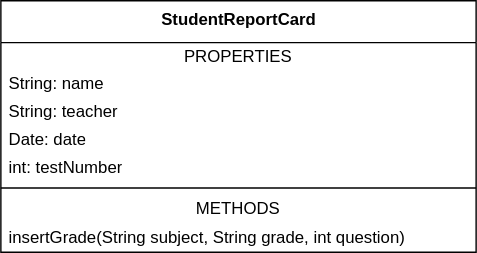
Earlier version of the draw.io export draw.io/lower15_student_report.drawio.svg (erikacamilleri/secib-java-course). Source tidied: cells renumbered, new cells last; positions are measured from the earlier drawing's top-left corner, leaving out a move shared by most shapes.
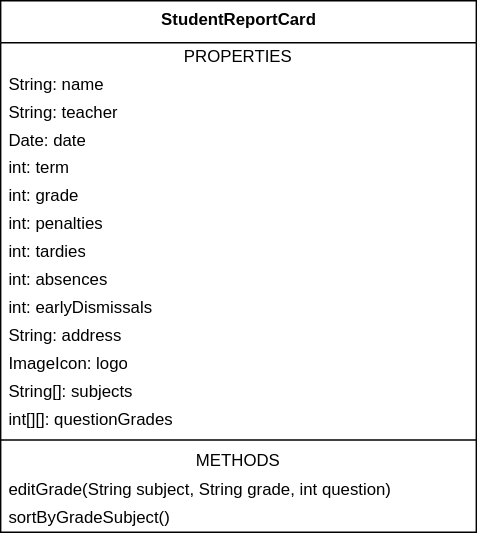
The same file after the commit.

Commit message:
Updated StudentReportCard UML diagram

Diff of the diagram source:
```diff
@@ -3,7 +3,7 @@
     <mxCell id="0" />
     <mxCell id="1" parent="0" />
     <mxCell id="2" value="&lt;b&gt;StudentReportCard&amp;nbsp;&lt;br&gt;&lt;/b&gt;" style="swimlane;fontStyle=0;align=center;verticalAlign=top;horizontal=1;startSize=30;html=1;" parent="1" vertex="1">
-      <mxGeometry width="340" height="180" as="geometry" />
+      <mxGeometry width="340" height="380" as="geometry" />
     </mxCell>
     <mxCell id="3" value="PROPERTIES" style="text;html=1;strokeColor=none;fillColor=none;align=center;verticalAlign=middle;spacingLeft=4;spacingRight=4;overflow=hidden;" parent="2" vertex="1">
       <mxGeometry y="30" width="340" height="20" as="geometry" />
@@ -14,20 +14,50 @@
     <mxCell id="5" value="String: teacher" style="text;html=1;strokeColor=none;fillColor=none;align=left;verticalAlign=middle;spacingLeft=4;spacingRight=4;overflow=hidden;" parent="2" vertex="1">
       <mxGeometry y="70" width="340" height="20" as="geometry" />
     </mxCell>
+    <mxCell id="11" value="Date: date" style="text;html=1;strokeColor=none;fillColor=none;align=left;verticalAlign=middle;spacingLeft=4;spacingRight=4;overflow=hidden;" parent="2" vertex="1">
+      <mxGeometry y="90" width="340" height="20" as="geometry" />
+    </mxCell>
+    <mxCell id="12" value="int: term" style="text;html=1;strokeColor=none;fillColor=none;align=left;verticalAlign=middle;spacingLeft=4;spacingRight=4;overflow=hidden;" parent="2" vertex="1">
+      <mxGeometry y="110" width="340" height="20" as="geometry" />
+    </mxCell>
+    <mxCell id="13" value="int: grade" style="text;html=1;strokeColor=none;fillColor=none;align=left;verticalAlign=middle;spacingLeft=4;spacingRight=4;overflow=hidden;" parent="2" vertex="1">
+      <mxGeometry y="130" width="340" height="20" as="geometry" />
+    </mxCell>
+    <mxCell id="14" value="int: penalties" style="text;html=1;strokeColor=none;fillColor=none;align=left;verticalAlign=middle;spacingLeft=4;spacingRight=4;overflow=hidden;" parent="2" vertex="1">
+      <mxGeometry y="150" width="340" height="20" as="geometry" />
+    </mxCell>
+    <mxCell id="15" value="int: tardies" style="text;html=1;strokeColor=none;fillColor=none;align=left;verticalAlign=middle;spacingLeft=4;spacingRight=4;overflow=hidden;" parent="2" vertex="1">
+      <mxGeometry y="170" width="340" height="20" as="geometry" />
+    </mxCell>
+    <mxCell id="16" value="int: absences" style="text;html=1;strokeColor=none;fillColor=none;align=left;verticalAlign=middle;spacingLeft=4;spacingRight=4;overflow=hidden;" parent="2" vertex="1">
+      <mxGeometry y="190" width="340" height="20" as="geometry" />
+    </mxCell>
+    <mxCell id="17" value="int: earlyDismissals" style="text;html=1;strokeColor=none;fillColor=none;align=left;verticalAlign=middle;spacingLeft=4;spacingRight=4;overflow=hidden;" parent="2" vertex="1">
+      <mxGeometry y="210" width="340" height="20" as="geometry" />
+    </mxCell>
+    <mxCell id="18" value="String: address" style="text;html=1;strokeColor=none;fillColor=none;align=left;verticalAlign=middle;spacingLeft=4;spacingRight=4;overflow=hidden;" parent="2" vertex="1">
+      <mxGeometry y="230" width="340" height="20" as="geometry" />
+    </mxCell>
+    <mxCell id="19" value="ImageIcon: logo" style="text;html=1;strokeColor=none;fillColor=none;align=left;verticalAlign=middle;spacingLeft=4;spacingRight=4;overflow=hidden;" parent="2" vertex="1">
+      <mxGeometry y="250" width="340" height="20" as="geometry" />
+    </mxCell>
+    <mxCell id="20" value="String[]: subjects" style="text;html=1;strokeColor=none;fillColor=none;align=left;verticalAlign=middle;spacingLeft=4;spacingRight=4;overflow=hidden;" parent="2" vertex="1">
+      <mxGeometry y="270" width="340" height="20" as="geometry" />
+    </mxCell>
-    <mxCell id="6" value="Date: date" style="text;html=1;strokeColor=none;fillColor=none;align=left;verticalAlign=middle;spacingLeft=4;spacingRight=4;overflow=hidden;" parent="2" vertex="1">
-      <mxGeometry y="90" width="340" height="20" as="geometry" />
+    <mxCell id="6" value="int[][]: questionGrades" style="text;html=1;strokeColor=none;fillColor=none;align=left;verticalAlign=middle;spacingLeft=4;spacingRight=4;overflow=hidden;" parent="2" vertex="1">
+      <mxGeometry y="290" width="340" height="20" as="geometry" />
     </mxCell>
-    <mxCell id="7" value="int: testNumber" style="text;html=1;strokeColor=none;fillColor=none;align=left;verticalAlign=middle;spacingLeft=4;spacingRight=4;overflow=hidden;" parent="2" vertex="1">
-      <mxGeometry y="110" width="340" height="20" as="geometry" />
-    </mxCell>
     <mxCell id="8" style="line;strokeWidth=1;fillColor=none;align=left;verticalAlign=middle;spacingTop=-1;spacingLeft=3;spacingRight=3;labelPosition=right;" parent="2" vertex="1">
-      <mxGeometry y="130" width="340" height="8" as="geometry" />
+      <mxGeometry y="310" width="340" height="8" as="geometry" />
     </mxCell>
     <mxCell id="9" value="METHODS" style="text;html=1;strokeColor=none;fillColor=none;align=center;verticalAlign=middle;spacingLeft=4;spacingRight=4;overflow=hidden;" parent="2" vertex="1">
-      <mxGeometry y="138" width="340" height="22" as="geometry" />
+      <mxGeometry y="318" width="340" height="22" as="geometry" />
     </mxCell>
+    <mxCell id="21" value="editGrade(String subject, String grade, int question)" style="text;html=1;strokeColor=none;fillColor=none;align=left;verticalAlign=middle;spacingLeft=4;spacingRight=4;overflow=hidden;" parent="2" vertex="1">
+      <mxGeometry y="340" width="340" height="20" as="geometry" />
+    </mxCell>
-    <mxCell id="10" value="insertGrade(String subject, String grade, int question)&lt;br&gt;" style="text;html=1;strokeColor=none;fillColor=none;align=left;verticalAlign=middle;spacingLeft=4;spacingRight=4;overflow=hidden;" parent="2" vertex="1">
-      <mxGeometry y="160" width="340" height="20" as="geometry" />
+    <mxCell id="10" value="sortByGradeSubject()" style="text;html=1;strokeColor=none;fillColor=none;align=left;verticalAlign=middle;spacingLeft=4;spacingRight=4;overflow=hidden;" parent="2" vertex="1">
+      <mxGeometry y="360" width="340" height="20" as="geometry" />
     </mxCell>
   </root>
 </mxGraphModel>
```
